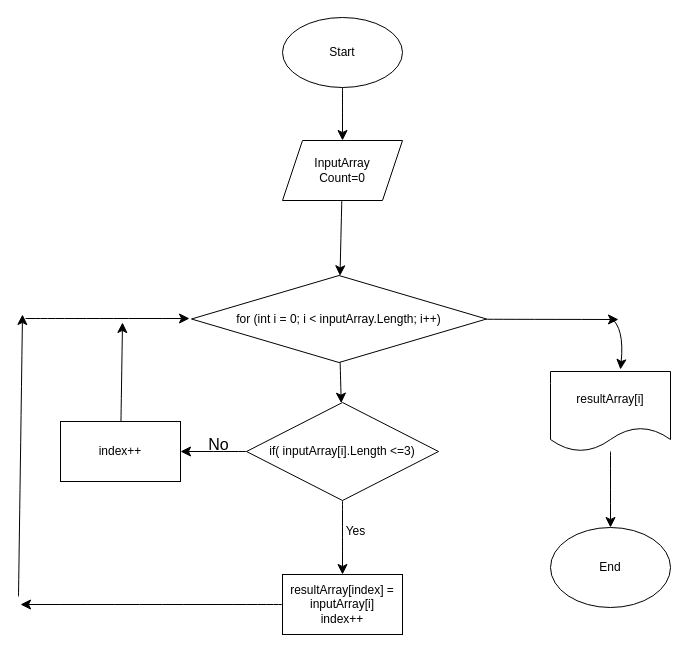
Above: Диаграмма без названия.drawio in Egorova-VA/CertificationHomeWork (draw.io), before the change. Source tidied: cells renumbered, new cells numbered last; positions are measured from the earlier drawing's top-left corner, leaving out a move shared by most shapes. Both pictures are drawn from the tidied source at 100%, with x=0, y=0 at pixel (18, 17).
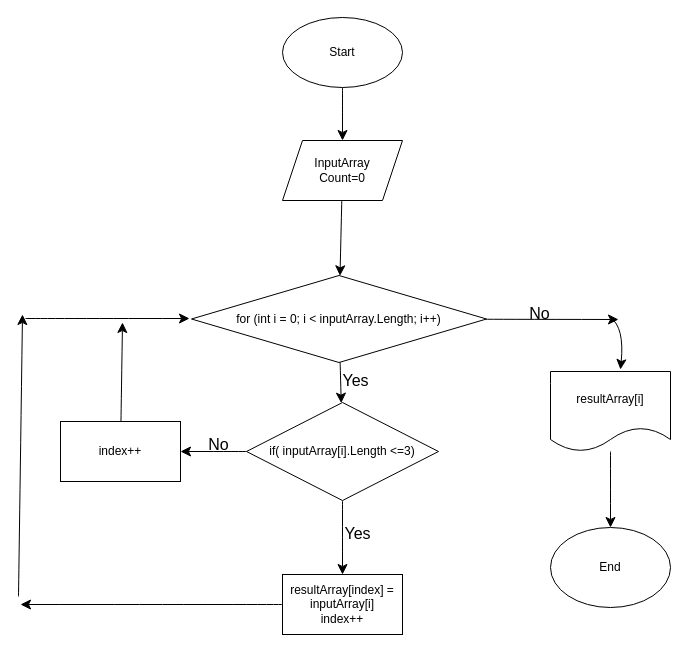
After the change.

The change refers to these unchanged cells:
```xml
<mxCell id="9" style="edgeStyle=none;curved=1;rounded=0;jettySize=auto;html=1;fontSize=12;startSize=8;endSize=8;" parent="1" edge="1" source="12" target="17">
  <mxGeometry relative="1" as="geometry" />
</mxCell>
```

What changed in the source:
```diff
@@
-    <mxCell id="10" value="Yes" style="edgeLabel;html=1;align=center;verticalAlign=middle;fontSize=12;" parent="9" vertex="1">
-      <mxGeometry x="-0.41" y="-3" relative="1" as="geometry">
-        <mxPoint x="15" y="8" as="offset" />
-      </mxGeometry>
-    </mxCell>
@@
+    <mxCell id="24" value="Yes" style="text;html=1;align=center;verticalAlign=middle;strokeColor=none;fillColor=none;fontSize=16;" parent="1" vertex="1">
+      <mxGeometry x="314.5" y="347.5" width="44" height="31" as="geometry" />
+    </mxCell>
+    <mxCell id="25" value="No" style="text;html=1;align=center;verticalAlign=middle;strokeColor=none;fillColor=none;fontSize=16;" parent="1" vertex="1">
+      <mxGeometry x="501.5" y="280.5" width="38" height="31" as="geometry" />
+    </mxCell>
+    <mxCell id="26" value="Yes" style="text;html=1;align=center;verticalAlign=middle;strokeColor=none;fillColor=none;fontSize=16;" parent="1" vertex="1">
+      <mxGeometry x="316.5" y="500.5" width="44" height="31" as="geometry" />
+    </mxCell>
```
